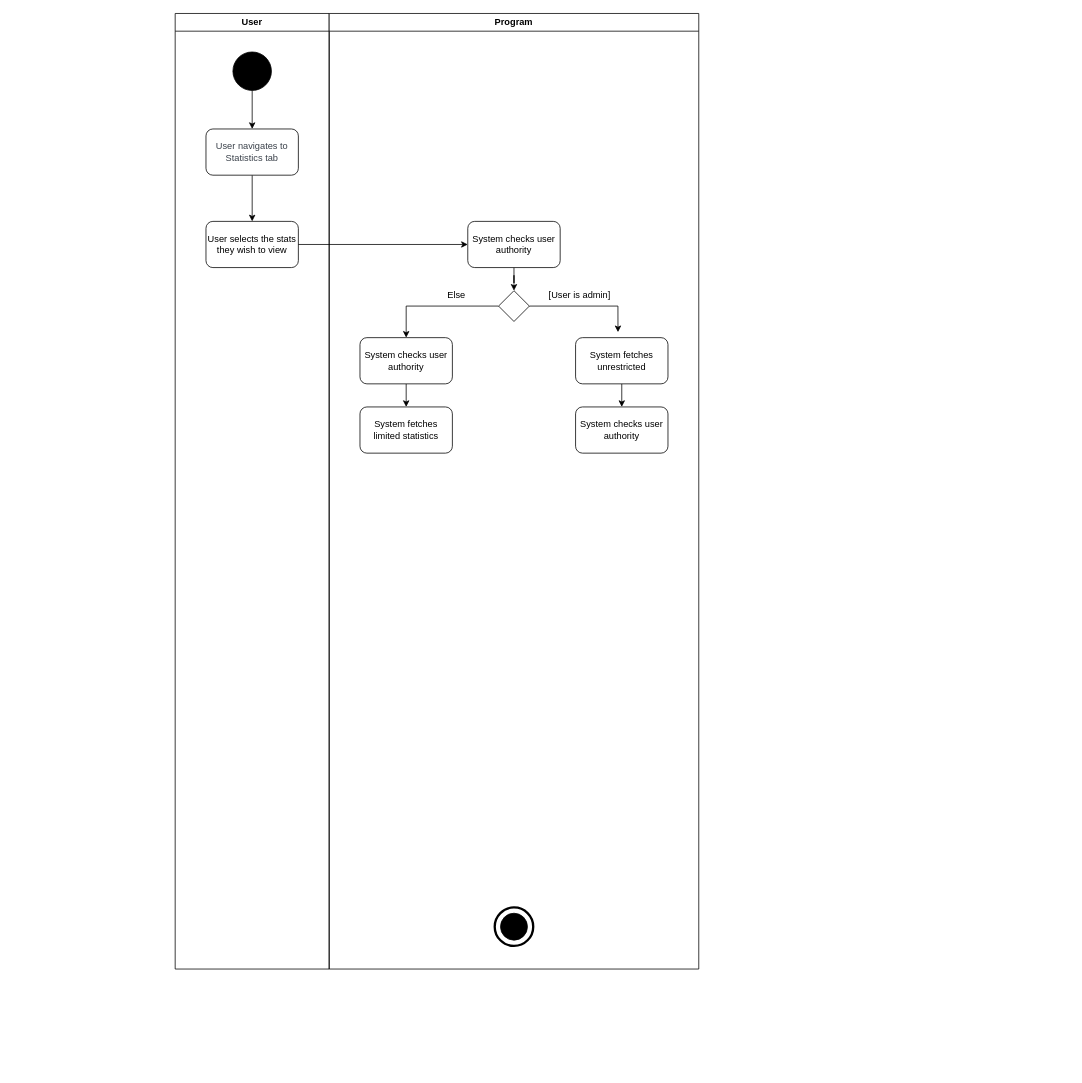
The draw.io diagram Assignment 3/Activity 1/A3_ViewStatistics_ActivityDiagram.drawio in s3950562/U_IT01_2, before the edit. Source tidied: cells renumbered, new cells numbered last; positions are measured from the earlier drawing's top-left corner, leaving out a move shared by most shapes. Both pictures are drawn from the tidied source at 77%, with x=0, y=0 at pixel (175, 13).
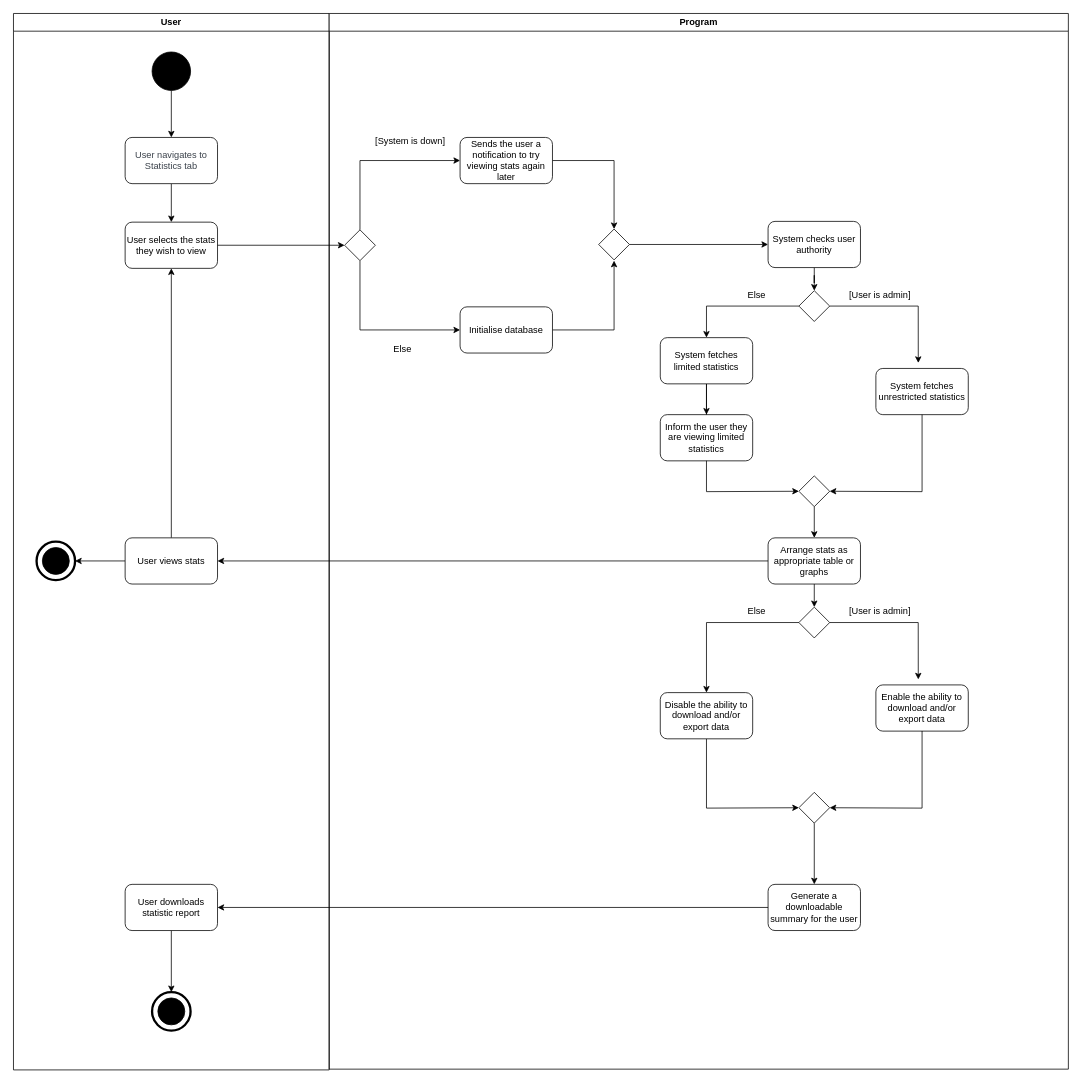
The same page after the edit.

Change to the diagram source:
```diff
@@
     <mxCell id="2" value="User" style="swimlane;whiteSpace=wrap;html=1;" parent="1" vertex="1">
-      <mxGeometry width="200" height="1241" as="geometry" />
+      <mxGeometry x="-210" width="410" height="1372" as="geometry" />
     </mxCell>
@@
     <mxCell id="4" value="&lt;span data-lucid-content=&quot;{&amp;quot;t&amp;quot;:&amp;quot;User navigates to the sign up page&amp;quot;,&amp;quot;m&amp;quot;:[{&amp;quot;s&amp;quot;:0,&amp;quot;n&amp;quot;:&amp;quot;s&amp;quot;,&amp;quot;v&amp;quot;:22.22222222222222,&amp;quot;e&amp;quot;:34},{&amp;quot;s&amp;quot;:0,&amp;quot;n&amp;quot;:&amp;quot;fsp&amp;quot;,&amp;quot;v&amp;quot;:&amp;quot;ss_presetShapeStyle1_textStyle&amp;quot;,&amp;quot;e&amp;quot;:34},{&amp;quot;s&amp;quot;:0,&amp;quot;n&amp;quot;:&amp;quot;fsp2&amp;quot;,&amp;quot;v&amp;quot;:&amp;quot;ss_presetShapeStyle1_textStyle&amp;quot;,&amp;quot;e&amp;quot;:34}]}&quot;&gt;&lt;span style=&quot;color: rgb(58, 65, 74);&quot;&gt;&lt;font style=&quot;font-size: 12px;&quot;&gt;User navigates to Statistics tab&lt;/font&gt;&lt;/span&gt;&lt;/span&gt;" style="rounded=1;whiteSpace=wrap;html=1;" parent="2" vertex="1">
-      <mxGeometry x="40" y="150" width="120" height="60" as="geometry" />
+      <mxGeometry x="145" y="161" width="120" height="60" as="geometry" />
     </mxCell>
@@
     <mxCell id="6" style="ellipse;whiteSpace=wrap;html=1;fillColor=#000000;" parent="2" vertex="1">
-      <mxGeometry x="75" y="50" width="50" height="50" as="geometry" />
+      <mxGeometry x="180" y="50" width="50" height="50" as="geometry" />
     </mxCell>
     <mxCell id="7" value="User selects the stats they wish to view" style="rounded=1;whiteSpace=wrap;html=1;" parent="2" vertex="1">
-      <mxGeometry x="40" y="270" width="120" height="60" as="geometry" />
+      <mxGeometry x="145" y="271" width="120" height="60" as="geometry" />
     </mxCell>
+    <mxCell id="26" style="edgeStyle=none;rounded=0;jettySize=auto;html=1;exitX=0;exitY=0.5;exitDx=0;exitDy=0;entryX=1;entryY=0.5;entryDx=0;entryDy=0;" parent="2" edge="1" source="28" target="30">
+      <mxGeometry relative="1" as="geometry" />
+    </mxCell>
+    <mxCell id="27" style="edgeStyle=none;rounded=0;jettySize=auto;html=1;exitX=0.5;exitY=0;exitDx=0;exitDy=0;entryX=0.5;entryY=1;entryDx=0;entryDy=0;" parent="2" edge="1" source="28" target="7">
+      <mxGeometry relative="1" as="geometry" />
+    </mxCell>
+    <mxCell id="28" value="User views stats" style="rounded=1;whiteSpace=wrap;html=1;" parent="2" vertex="1">
+      <mxGeometry x="145" y="681" width="120" height="60" as="geometry" />
+    </mxCell>
+    <mxCell id="29" style="group;" parent="2" vertex="1">
+      <mxGeometry x="30" y="686" width="50" height="50" as="geometry" />
+    </mxCell>
+    <mxCell id="30" style="ellipse;whiteSpace=wrap;html=1;fillColor=none;strokeWidth=3;" parent="29" vertex="1">
+      <mxGeometry width="50" height="50" as="geometry" />
+    </mxCell>
+    <mxCell id="31" style="ellipse;whiteSpace=wrap;html=1;fillColor=#000000;" parent="29" vertex="1">
+      <mxGeometry x="7.5" y="7.5" width="35" height="35" as="geometry" />
+    </mxCell>
+    <mxCell id="32" style="edgeStyle=none;rounded=0;jettySize=auto;html=1;exitX=0.5;exitY=1;exitDx=0;exitDy=0;entryX=0.5;entryY=0;entryDx=0;entryDy=0;" parent="2" edge="1" source="33" target="16">
+      <mxGeometry relative="1" as="geometry" />
+    </mxCell>
+    <mxCell id="33" value="User downloads statistic report" style="rounded=1;whiteSpace=wrap;html=1;" parent="2" vertex="1">
+      <mxGeometry x="145" y="1131" width="120" height="60" as="geometry" />
+    </mxCell>
+    <mxCell id="15" style="group;" parent="2" vertex="1">
+      <mxGeometry x="180" y="1271" width="50" height="50" as="geometry" />
+    </mxCell>
+    <mxCell id="16" style="ellipse;whiteSpace=wrap;html=1;fillColor=none;strokeWidth=3;" parent="15" vertex="1">
+      <mxGeometry width="50" height="50" as="geometry" />
+    </mxCell>
+    <mxCell id="17" style="ellipse;whiteSpace=wrap;html=1;fillColor=#000000;" parent="15" vertex="1">
+      <mxGeometry x="7.5" y="7.5" width="35" height="35" as="geometry" />
+    </mxCell>
     <mxCell id="8" value="Program" style="swimlane;whiteSpace=wrap;html=1;" parent="1" vertex="1">
-      <mxGeometry x="200" width="480" height="1241" as="geometry" />
+      <mxGeometry x="200" width="960" height="1371" as="geometry" />
     </mxCell>
@@
     <mxCell id="10" value="System checks user authority" style="rounded=1;whiteSpace=wrap;html=1;" parent="8" vertex="1">
-      <mxGeometry x="180" y="270" width="120" height="60" as="geometry" />
+      <mxGeometry x="570" y="270" width="120" height="60" as="geometry" />
     </mxCell>
-    <mxCell id="11" style="edgeStyle=none;rounded=0;jettySize=auto;html=1;exitX=0;exitY=0.5;exitDx=0;exitDy=0;entryX=0.5;entryY=0;entryDx=0;entryDy=0;curved=0;jumpStyle=none;" parent="8" edge="1" source="12" target="14">
+    <mxCell id="11" style="edgeStyle=none;rounded=0;jettySize=auto;html=1;exitX=0;exitY=0.5;exitDx=0;exitDy=0;entryX=0.5;entryY=0;entryDx=0;entryDy=0;curved=0;jumpStyle=none;" parent="8" edge="1" source="12" target="18">
       <mxGeometry relative="1" as="geometry">
         <Array as="points">
-          <mxPoint x="100" y="380" />
+          <mxPoint x="490" y="380" />
         </Array>
       </mxGeometry>
     </mxCell>
     <mxCell id="12" style="rhombus;whiteSpace=wrap;html=1;" parent="8" vertex="1">
-      <mxGeometry x="220" y="360" width="40" height="40" as="geometry" />
+      <mxGeometry x="610" y="360" width="40" height="40" as="geometry" />
     </mxCell>
-    <mxCell id="13" style="edgeStyle=none;rounded=0;jettySize=auto;html=1;exitX=0.5;exitY=1;exitDx=0;exitDy=0;" parent="8" edge="1" source="14" target="18">
-      <mxGeometry relative="1" as="geometry" />
-    </mxCell>
-    <mxCell id="14" value="System checks user authority" style="rounded=1;whiteSpace=wrap;html=1;" parent="8" vertex="1">
-      <mxGeometry x="40" y="421" width="120" height="60" as="geometry" />
-    </mxCell>
-    <mxCell id="15" style="group;" parent="8" vertex="1">
-      <mxGeometry x="215" y="1161" width="50" height="50" as="geometry" />
-    </mxCell>
-    <mxCell id="16" style="ellipse;whiteSpace=wrap;html=1;fillColor=none;strokeWidth=3;" parent="15" vertex="1">
-      <mxGeometry width="50" height="50" as="geometry" />
-    </mxCell>
-    <mxCell id="17" style="ellipse;whiteSpace=wrap;html=1;fillColor=#000000;" parent="15" vertex="1">
-      <mxGeometry x="7.5" y="7.5" width="35" height="35" as="geometry" />
-    </mxCell>
+    <mxCell id="34" style="edgeStyle=none;rounded=0;jettySize=auto;html=1;exitX=0.5;exitY=1;exitDx=0;exitDy=0;entryX=0;entryY=0.5;entryDx=0;entryDy=0;" parent="8" edge="1" source="18" target="37">
+      <mxGeometry relative="1" as="geometry">
+        <Array as="points">
+          <mxPoint x="490" y="621" />
+        </Array>
+      </mxGeometry>
+    </mxCell>
+    <mxCell id="35" style="edgeStyle=none;rounded=0;jettySize=auto;html=1;exitX=0.5;exitY=1;exitDx=0;exitDy=0;entryX=0.5;entryY=0;entryDx=0;entryDy=0;" parent="8" edge="1" source="18" target="62">
+      <mxGeometry relative="1" as="geometry" />
+    </mxCell>
     <mxCell id="18" value="System fetches limited statistics" style="rounded=1;whiteSpace=wrap;html=1;" parent="8" vertex="1">
-      <mxGeometry x="40" y="511" width="120" height="60" as="geometry" />
+      <mxGeometry x="430" y="421" width="120" height="60" as="geometry" />
     </mxCell>
-    <mxCell id="19" value="System checks user authority" style="rounded=1;whiteSpace=wrap;html=1;" parent="8" vertex="1">
-      <mxGeometry x="320" y="511" width="120" height="60" as="geometry" />
-    </mxCell>
-    <mxCell id="20" style="edgeStyle=none;rounded=0;jettySize=auto;html=1;exitX=0.5;exitY=1;exitDx=0;exitDy=0;entryX=0.5;entryY=0;entryDx=0;entryDy=0;" parent="8" edge="1" source="21" target="19">
-      <mxGeometry relative="1" as="geometry" />
+    <mxCell id="20" style="edgeStyle=none;rounded=0;jettySize=auto;html=1;exitX=0.5;exitY=1;exitDx=0;exitDy=0;entryX=1;entryY=0.5;entryDx=0;entryDy=0;" parent="8" edge="1" source="21" target="37">
+      <mxGeometry relative="1" as="geometry">
+        <Array as="points">
+          <mxPoint x="770" y="501" />
+          <mxPoint x="770" y="621" />
+        </Array>
+      </mxGeometry>
     </mxCell>
-    <mxCell id="21" value="System fetches unrestricted" style="rounded=1;whiteSpace=wrap;html=1;" parent="8" vertex="1">
-      <mxGeometry x="320" y="421" width="120" height="60" as="geometry" />
+    <mxCell id="21" value="System fetches unrestricted statistics" style="rounded=1;whiteSpace=wrap;html=1;" parent="8" vertex="1">
+      <mxGeometry x="710" y="461" width="120" height="60" as="geometry" />
     </mxCell>
     <mxCell id="22" style="edgeStyle=none;rounded=0;jettySize=auto;html=1;exitX=1;exitY=0.5;exitDx=0;exitDy=0;entryX=0.459;entryY=-0.119;entryDx=0;entryDy=0;entryPerimeter=0;" parent="8" edge="1" source="12" target="21">
       <mxGeometry relative="1" as="geometry">
         <Array as="points">
-          <mxPoint x="375" y="380" />
+          <mxPoint x="765" y="380" />
         </Array>
       </mxGeometry>
     </mxCell>
     <mxCell id="23" value="Else" style="text;html=1;align=center;verticalAlign=middle;strokeColor=none;fillColor=none;" parent="8" vertex="1">
-      <mxGeometry x="140" y="351" width="50" height="30" as="geometry" />
+      <mxGeometry x="530" y="351" width="50" height="30" as="geometry" />
     </mxCell>
     <mxCell id="24" value="[User is admin]" style="text;html=1;align=center;verticalAlign=middle;strokeColor=none;fillColor=none;" parent="8" vertex="1">
-      <mxGeometry x="275" y="351" width="100" height="30" as="geometry" />
+      <mxGeometry x="665" y="351" width="100" height="30" as="geometry" />
     </mxCell>
-    <mxCell id="25" style="edgeStyle=orthogonalEdgeStyle;rounded=0;jettySize=auto;html=1;exitX=1;exitY=0.5;exitDx=0;exitDy=0;" parent="1" edge="1" source="7" target="10">
-      <mxGeometry relative="1" as="geometry" />
-    </mxCell>
+    <mxCell id="36" style="edgeStyle=none;rounded=0;jettySize=auto;html=1;exitX=0.5;exitY=1;exitDx=0;exitDy=0;entryX=0.5;entryY=0;entryDx=0;entryDy=0;" parent="8" edge="1" source="37" target="38">
+      <mxGeometry relative="1" as="geometry" />
+    </mxCell>
+    <mxCell id="37" style="rhombus;whiteSpace=wrap;html=1;" parent="8" vertex="1">
+      <mxGeometry x="610" y="600.5" width="40" height="40" as="geometry" />
+    </mxCell>
+    <mxCell id="38" value="Arrange stats as appropriate table or graphs" style="rounded=1;whiteSpace=wrap;html=1;" parent="8" vertex="1">
+      <mxGeometry x="570" y="681" width="120" height="60" as="geometry" />
+    </mxCell>
+    <mxCell id="39" style="edgeStyle=none;rounded=0;jettySize=auto;html=1;exitX=1;exitY=0.5;exitDx=0;exitDy=0;entryX=0.5;entryY=0;entryDx=0;entryDy=0;" parent="8" edge="1" source="40" target="48">
+      <mxGeometry relative="1" as="geometry">
+        <Array as="points">
+          <mxPoint x="370" y="191" />
+        </Array>
+      </mxGeometry>
+    </mxCell>
+    <mxCell id="40" value="Sends the user a notification to try viewing stats again later" style="rounded=1;whiteSpace=wrap;html=1;" parent="8" vertex="1">
+      <mxGeometry x="170" y="161" width="120" height="60" as="geometry" />
+    </mxCell>
+    <mxCell id="41" style="edgeStyle=none;rounded=0;jettySize=auto;html=1;exitX=0.5;exitY=0;exitDx=0;exitDy=0;entryX=0;entryY=0.5;entryDx=0;entryDy=0;" parent="8" edge="1" source="43" target="40">
+      <mxGeometry relative="1" as="geometry">
+        <Array as="points">
+          <mxPoint x="40" y="191" />
+        </Array>
+      </mxGeometry>
+    </mxCell>
+    <mxCell id="42" style="edgeStyle=none;rounded=0;jettySize=auto;html=1;exitX=0.5;exitY=1;exitDx=0;exitDy=0;entryX=0;entryY=0.5;entryDx=0;entryDy=0;" parent="8" edge="1" source="43" target="46">
+      <mxGeometry relative="1" as="geometry">
+        <Array as="points">
+          <mxPoint x="40" y="411" />
+        </Array>
+      </mxGeometry>
+    </mxCell>
+    <mxCell id="43" style="rhombus;whiteSpace=wrap;html=1;" parent="8" vertex="1">
+      <mxGeometry x="20" y="281" width="40" height="40" as="geometry" />
+    </mxCell>
+    <mxCell id="44" value="[System is down]" style="text;html=1;align=center;verticalAlign=middle;strokeColor=none;fillColor=none;" parent="8" vertex="1">
+      <mxGeometry x="50" y="151" width="110" height="30" as="geometry" />
+    </mxCell>
+    <mxCell id="45" style="edgeStyle=none;rounded=0;jettySize=auto;html=1;exitX=1;exitY=0.5;exitDx=0;exitDy=0;" parent="8" edge="1" source="46">
+      <mxGeometry relative="1" as="geometry">
+        <mxPoint x="370" y="321" as="targetPoint" />
+        <Array as="points">
+          <mxPoint x="370" y="411" />
+        </Array>
+      </mxGeometry>
+    </mxCell>
+    <mxCell id="46" value="Initialise database" style="rounded=1;whiteSpace=wrap;html=1;" parent="8" vertex="1">
+      <mxGeometry x="170" y="381" width="120" height="60" as="geometry" />
+    </mxCell>
+    <mxCell id="47" style="edgeStyle=none;rounded=0;jettySize=auto;html=1;exitX=1;exitY=0.5;exitDx=0;exitDy=0;entryX=0;entryY=0.5;entryDx=0;entryDy=0;" parent="8" edge="1" source="48" target="10">
+      <mxGeometry relative="1" as="geometry" />
+    </mxCell>
+    <mxCell id="48" style="rhombus;whiteSpace=wrap;html=1;" parent="8" vertex="1">
+      <mxGeometry x="350" y="280" width="40" height="40" as="geometry" />
+    </mxCell>
+    <mxCell id="49" value="Else" style="text;html=1;align=center;verticalAlign=middle;strokeColor=none;fillColor=none;" parent="8" vertex="1">
+      <mxGeometry x="70" y="421" width="50" height="30" as="geometry" />
+    </mxCell>
+    <mxCell id="50" style="edgeStyle=orthogonalEdgeStyle;rounded=0;jettySize=auto;html=1;entryX=0.5;entryY=0;entryDx=0;entryDy=0;" parent="8" edge="1" target="52">
+      <mxGeometry relative="1" as="geometry">
+        <mxPoint x="630" y="741" as="sourcePoint" />
+      </mxGeometry>
+    </mxCell>
+    <mxCell id="51" style="edgeStyle=none;rounded=0;jettySize=auto;html=1;exitX=0;exitY=0.5;exitDx=0;exitDy=0;entryX=0.5;entryY=0;entryDx=0;entryDy=0;curved=0;jumpStyle=none;" parent="8" edge="1" source="52" target="54">
+      <mxGeometry relative="1" as="geometry">
+        <Array as="points">
+          <mxPoint x="490" y="791" />
+        </Array>
+      </mxGeometry>
+    </mxCell>
+    <mxCell id="52" style="rhombus;whiteSpace=wrap;html=1;" parent="8" vertex="1">
+      <mxGeometry x="610" y="771" width="40" height="40" as="geometry" />
+    </mxCell>
+    <mxCell id="53" style="edgeStyle=none;rounded=0;jettySize=auto;html=1;exitX=0.5;exitY=1;exitDx=0;exitDy=0;entryX=0;entryY=0.5;entryDx=0;entryDy=0;" parent="8" edge="1" source="54" target="61">
+      <mxGeometry relative="1" as="geometry">
+        <Array as="points">
+          <mxPoint x="490" y="1032" />
+        </Array>
+      </mxGeometry>
+    </mxCell>
+    <mxCell id="54" value="Disable the ability to download and/or export data" style="rounded=1;whiteSpace=wrap;html=1;" parent="8" vertex="1">
+      <mxGeometry x="430" y="882" width="120" height="60" as="geometry" />
+    </mxCell>
+    <mxCell id="55" style="edgeStyle=none;rounded=0;jettySize=auto;html=1;exitX=0.5;exitY=1;exitDx=0;exitDy=0;entryX=1;entryY=0.5;entryDx=0;entryDy=0;" parent="8" edge="1" source="56" target="61">
+      <mxGeometry relative="1" as="geometry">
+        <Array as="points">
+          <mxPoint x="770" y="912" />
+          <mxPoint x="770" y="1032" />
+        </Array>
+      </mxGeometry>
+    </mxCell>
+    <mxCell id="56" value="Enable the ability to download and/or export data" style="rounded=1;whiteSpace=wrap;html=1;" parent="8" vertex="1">
+      <mxGeometry x="710" y="872" width="120" height="60" as="geometry" />
+    </mxCell>
+    <mxCell id="57" style="edgeStyle=none;rounded=0;jettySize=auto;html=1;exitX=1;exitY=0.5;exitDx=0;exitDy=0;entryX=0.459;entryY=-0.119;entryDx=0;entryDy=0;entryPerimeter=0;" parent="8" edge="1" source="52" target="56">
+      <mxGeometry relative="1" as="geometry">
+        <Array as="points">
+          <mxPoint x="765" y="791" />
+        </Array>
+      </mxGeometry>
+    </mxCell>
+    <mxCell id="58" value="Else" style="text;html=1;align=center;verticalAlign=middle;strokeColor=none;fillColor=none;" parent="8" vertex="1">
+      <mxGeometry x="530" y="762" width="50" height="30" as="geometry" />
+    </mxCell>
+    <mxCell id="59" value="[User is admin]" style="text;html=1;align=center;verticalAlign=middle;strokeColor=none;fillColor=none;" parent="8" vertex="1">
+      <mxGeometry x="665" y="762" width="100" height="30" as="geometry" />
+    </mxCell>
+    <mxCell id="60" style="edgeStyle=none;rounded=0;jettySize=auto;html=1;exitX=0.5;exitY=1;exitDx=0;exitDy=0;entryX=0.5;entryY=0;entryDx=0;entryDy=0;" parent="8" edge="1" source="61" target="63">
+      <mxGeometry relative="1" as="geometry" />
+    </mxCell>
+    <mxCell id="61" style="rhombus;whiteSpace=wrap;html=1;" parent="8" vertex="1">
+      <mxGeometry x="610" y="1011.5" width="40" height="40" as="geometry" />
+    </mxCell>
+    <mxCell id="62" value="Inform the user they are viewing limited statistics" style="rounded=1;whiteSpace=wrap;html=1;" parent="8" vertex="1">
+      <mxGeometry x="430" y="521" width="120" height="60" as="geometry" />
+    </mxCell>
+    <mxCell id="63" value="Generate a downloadable summary for the user" style="rounded=1;whiteSpace=wrap;html=1;" parent="8" vertex="1">
+      <mxGeometry x="570" y="1131" width="120" height="60" as="geometry" />
+    </mxCell>
+    <mxCell id="64" style="edgeStyle=none;rounded=0;jettySize=auto;html=1;exitX=1;exitY=0.5;exitDx=0;exitDy=0;entryX=0;entryY=0.5;entryDx=0;entryDy=0;" parent="1" edge="1" source="7" target="43">
+      <mxGeometry relative="1" as="geometry" />
+    </mxCell>
+    <mxCell id="65" style="edgeStyle=none;rounded=0;jettySize=auto;html=1;exitX=0;exitY=0.5;exitDx=0;exitDy=0;entryX=1;entryY=0.5;entryDx=0;entryDy=0;" parent="1" edge="1" source="38" target="28">
+      <mxGeometry relative="1" as="geometry" />
+    </mxCell>
+    <mxCell id="66" style="edgeStyle=none;rounded=0;jettySize=auto;html=1;exitX=0;exitY=0.5;exitDx=0;exitDy=0;entryX=1;entryY=0.5;entryDx=0;entryDy=0;" parent="1" edge="1" source="63" target="33">
+      <mxGeometry relative="1" as="geometry" />
+    </mxCell>
```
